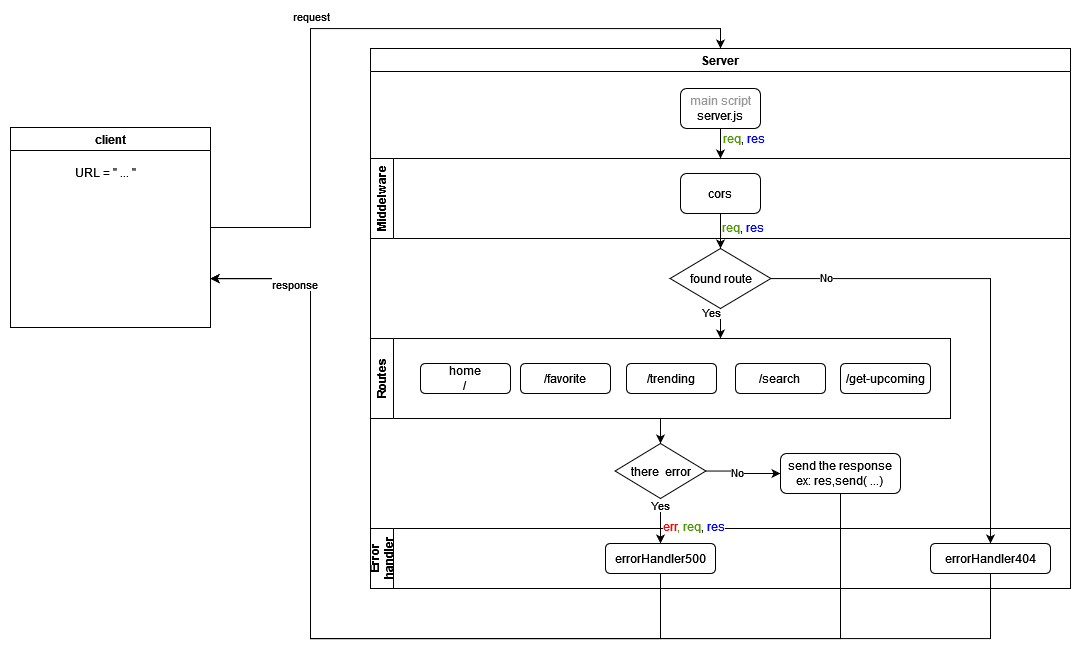
Before: assets/wrrc-2.png, a diagram exported from draw.io (emammounqer/Movies-Library). Source tidied: cells renumbered, new cells last; positions are measured from the earlier drawing's top-left corner, leaving out a move shared by most shapes. Source of this version:
```xml
<mxGraphModel>
  <root>
    <mxCell id="0" />
    <mxCell id="1" parent="0" />
    <mxCell id="2" value="Server" style="swimlane;whiteSpace=wrap;html=1;startSize=23;" parent="1" vertex="1">
      <mxGeometry x="360" y="20" width="700" height="540" as="geometry" />
    </mxCell>
    <mxCell id="3" style="edgeStyle=orthogonalEdgeStyle;rounded=0;jettySize=auto;html=1;entryX=0.5;entryY=0;entryDx=0;entryDy=0;fontColor=#000000;" parent="2" edge="1" source="4" target="12">
      <mxGeometry relative="1" as="geometry" />
    </mxCell>
    <mxCell id="4" value="&lt;div&gt;&lt;font color=&quot;#999999&quot;&gt;main script&lt;/font&gt;&lt;/div&gt;&lt;div&gt;server.js&lt;br&gt;&lt;/div&gt;" style="rounded=1;whiteSpace=wrap;html=1;" parent="2" vertex="1">
      <mxGeometry x="310" y="40" width="80" height="40" as="geometry" />
    </mxCell>
    <mxCell id="5" style="edgeStyle=orthogonalEdgeStyle;rounded=0;jettySize=auto;html=1;fontColor=#000000;" parent="2" edge="1" source="6" target="24">
      <mxGeometry relative="1" as="geometry" />
    </mxCell>
    <mxCell id="6" value="&lt;div&gt;Routes&lt;/div&gt;" style="swimlane;horizontal=0;whiteSpace=wrap;html=1;fontColor=#000000;" parent="2" vertex="1">
      <mxGeometry y="290" width="580" height="80" as="geometry" />
    </mxCell>
    <mxCell id="7" value="&lt;div&gt;home&lt;/div&gt;&lt;div&gt;/&lt;br&gt;&lt;/div&gt;" style="rounded=1;whiteSpace=wrap;html=1;fontColor=#000000;" parent="6" vertex="1">
      <mxGeometry x="50" y="25" width="90" height="30" as="geometry" />
    </mxCell>
    <mxCell id="8" value="&lt;div&gt;/favorite&lt;br&gt;&lt;/div&gt;" style="rounded=1;whiteSpace=wrap;html=1;fontColor=#000000;" parent="6" vertex="1">
      <mxGeometry x="150" y="25" width="90" height="30" as="geometry" />
    </mxCell>
    <mxCell id="9" value="/trending" style="rounded=1;whiteSpace=wrap;html=1;fontColor=#000000;" parent="6" vertex="1">
      <mxGeometry x="256" y="25" width="90" height="30" as="geometry" />
    </mxCell>
    <mxCell id="10" value="&lt;div&gt;/search&lt;br&gt;&lt;/div&gt;" style="rounded=1;whiteSpace=wrap;html=1;fontColor=#000000;" parent="6" vertex="1">
      <mxGeometry x="365" y="25" width="90" height="30" as="geometry" />
    </mxCell>
    <mxCell id="11" value="/get-upcoming" style="rounded=1;whiteSpace=wrap;html=1;fontColor=#000000;" parent="6" vertex="1">
      <mxGeometry x="470" y="25" width="90" height="30" as="geometry" />
    </mxCell>
    <mxCell id="12" value="&lt;div&gt;Middelware&lt;/div&gt;" style="swimlane;horizontal=0;whiteSpace=wrap;html=1;fontColor=#000000;" parent="2" vertex="1">
      <mxGeometry y="110" width="700" height="80" as="geometry" />
    </mxCell>
    <mxCell id="13" value="&lt;font color=&quot;#000000&quot;&gt;cors&lt;/font&gt;" style="rounded=1;whiteSpace=wrap;html=1;fontColor=#999999;" parent="12" vertex="1">
      <mxGeometry x="310" y="15" width="80" height="40" as="geometry" />
    </mxCell>
    <mxCell id="14" value="&lt;div&gt;Error handler&lt;/div&gt;" style="swimlane;horizontal=0;whiteSpace=wrap;html=1;fontColor=#000000;" parent="2" vertex="1">
      <mxGeometry y="480" width="700" height="60" as="geometry" />
    </mxCell>
    <mxCell id="15" value="errorHandler500" style="rounded=1;whiteSpace=wrap;html=1;fontColor=#000000;" parent="14" vertex="1">
      <mxGeometry x="235" y="15" width="110" height="30" as="geometry" />
    </mxCell>
    <mxCell id="16" value="errorHandler404" style="rounded=1;whiteSpace=wrap;html=1;fontColor=#000000;" parent="14" vertex="1">
      <mxGeometry x="560" y="15" width="120" height="30" as="geometry" />
    </mxCell>
    <mxCell id="17" style="edgeStyle=orthogonalEdgeStyle;rounded=0;jettySize=auto;html=1;fontColor=#000000;startArrow=none;" parent="2" edge="1" source="21">
      <mxGeometry relative="1" as="geometry">
        <mxPoint x="350" y="290" as="targetPoint" />
      </mxGeometry>
    </mxCell>
    <mxCell id="18" value="&lt;div&gt;Yes&lt;/div&gt;" style="edgeLabel;html=1;align=center;verticalAlign=middle;fontColor=#000000;" parent="17" vertex="1">
      <mxGeometry x="-0.17" relative="1" as="geometry">
        <mxPoint x="-10" y="-9" as="offset" />
      </mxGeometry>
    </mxCell>
    <mxCell id="19" style="edgeStyle=orthogonalEdgeStyle;rounded=0;jettySize=auto;html=1;fontColor=#000000;entryX=0.5;entryY=0;entryDx=0;entryDy=0;" parent="2" edge="1" source="21" target="16">
      <mxGeometry relative="1" as="geometry" />
    </mxCell>
    <mxCell id="20" value="No" style="edgeLabel;html=1;align=center;verticalAlign=middle;fontColor=#000000;" parent="19" vertex="1">
      <mxGeometry x="-0.78" y="2" relative="1" as="geometry">
        <mxPoint x="1" as="offset" />
      </mxGeometry>
    </mxCell>
    <mxCell id="21" value="found route" style="rhombus;whiteSpace=wrap;html=1;fontColor=#000000;" parent="2" vertex="1">
      <mxGeometry x="299.6" y="200" width="100.8" height="60" as="geometry" />
    </mxCell>
    <mxCell id="22" style="edgeStyle=orthogonalEdgeStyle;rounded=0;jettySize=auto;html=1;fontColor=#000000;" parent="2" edge="1" source="24" target="27">
      <mxGeometry relative="1" as="geometry" />
    </mxCell>
    <mxCell id="23" value="No" style="edgeLabel;html=1;align=center;verticalAlign=middle;fontColor=#000000;" parent="22" vertex="1">
      <mxGeometry x="-0.2" y="-1" relative="1" as="geometry" />
    </mxCell>
    <mxCell id="24" value="there&amp;nbsp; error" style="rhombus;whiteSpace=wrap;html=1;fontColor=#000000;" parent="2" vertex="1">
      <mxGeometry x="244.6" y="395" width="90.8" height="55" as="geometry" />
    </mxCell>
    <mxCell id="25" style="edgeStyle=orthogonalEdgeStyle;rounded=0;jettySize=auto;html=1;fontColor=#000000;" parent="2" edge="1" source="24" target="15">
      <mxGeometry relative="1" as="geometry" />
    </mxCell>
    <mxCell id="26" value="Yes" style="edgeLabel;html=1;align=center;verticalAlign=middle;fontColor=#000000;" parent="25" vertex="1">
      <mxGeometry x="-0.73" y="-1" relative="1" as="geometry" />
    </mxCell>
    <mxCell id="27" value="send the response&lt;br&gt;ex: res,send( ...)" style="rounded=1;whiteSpace=wrap;html=1;fontColor=#000000;" parent="2" vertex="1">
      <mxGeometry x="410" y="405" width="120" height="40" as="geometry" />
    </mxCell>
    <mxCell id="28" style="edgeStyle=orthogonalEdgeStyle;rounded=0;jettySize=auto;html=1;entryX=0.5;entryY=0;entryDx=0;entryDy=0;fontColor=#000000;" parent="2" edge="1" source="13" target="21">
      <mxGeometry relative="1" as="geometry" />
    </mxCell>
    <mxCell id="29" value="&lt;font style=&quot;background-color: rgb(255, 255, 255);&quot; color=&quot;#4D9900&quot;&gt;req&lt;/font&gt;&lt;span style=&quot;background-color: rgb(255, 255, 255);&quot;&gt;, &lt;font color=&quot;#0000FF&quot;&gt;res&lt;/font&gt;&lt;/span&gt;" style="text;html=1;strokeColor=none;fillColor=none;align=center;verticalAlign=middle;whiteSpace=wrap;rounded=0;fontColor=#000000;" parent="2" vertex="1">
      <mxGeometry x="344" y="85" width="60" height="10" as="geometry" />
    </mxCell>
    <mxCell id="30" style="edgeStyle=orthogonalEdgeStyle;rounded=0;jettySize=auto;html=1;entryX=0.5;entryY=0;entryDx=0;entryDy=0;fontColor=#000000;" parent="1" edge="1" source="32" target="2">
      <mxGeometry relative="1" as="geometry">
        <Array as="points">
          <mxPoint x="300" y="199" />
          <mxPoint x="300" />
          <mxPoint x="710" />
        </Array>
      </mxGeometry>
    </mxCell>
    <mxCell id="31" value="request" style="edgeLabel;html=1;align=center;verticalAlign=middle;fontColor=#000000;" parent="30" vertex="1">
      <mxGeometry x="-0.2" y="-4" relative="1" as="geometry">
        <mxPoint x="-4" y="-19" as="offset" />
      </mxGeometry>
    </mxCell>
    <mxCell id="32" value="client" style="swimlane;whiteSpace=wrap;html=1;fontColor=#000000;" parent="1" vertex="1">
      <mxGeometry y="99" width="200" height="200" as="geometry" />
    </mxCell>
    <mxCell id="33" value="URL = &quot; ... &quot;" style="text;html=1;strokeColor=none;fillColor=none;align=center;verticalAlign=middle;whiteSpace=wrap;rounded=0;fontColor=#000000;" parent="32" vertex="1">
      <mxGeometry x="10" y="30" width="170" height="30" as="geometry" />
    </mxCell>
    <mxCell id="34" style="edgeStyle=orthogonalEdgeStyle;rounded=0;jettySize=auto;html=1;entryX=1;entryY=0.75;entryDx=0;entryDy=0;fontColor=#000000;" parent="1" edge="1" source="27" target="32">
      <mxGeometry relative="1" as="geometry">
        <Array as="points">
          <mxPoint x="830" y="610" />
          <mxPoint x="300" y="610" />
          <mxPoint x="300" y="250" />
          <mxPoint x="200" y="250" />
        </Array>
      </mxGeometry>
    </mxCell>
    <mxCell id="35" style="edgeStyle=orthogonalEdgeStyle;rounded=0;jettySize=auto;html=1;fontColor=#000000;entryX=1;entryY=0.75;entryDx=0;entryDy=0;" parent="1" edge="1" source="16" target="32">
      <mxGeometry relative="1" as="geometry">
        <Array as="points">
          <mxPoint x="980" y="610" />
          <mxPoint x="300" y="610" />
          <mxPoint x="300" y="250" />
        </Array>
      </mxGeometry>
    </mxCell>
    <mxCell id="36" style="edgeStyle=orthogonalEdgeStyle;rounded=0;jettySize=auto;html=1;fontColor=#000000;entryX=1;entryY=0.75;entryDx=0;entryDy=0;" parent="1" edge="1" source="15" target="32">
      <mxGeometry relative="1" as="geometry">
        <Array as="points">
          <mxPoint x="650" y="610" />
          <mxPoint x="300" y="610" />
          <mxPoint x="300" y="250" />
        </Array>
      </mxGeometry>
    </mxCell>
    <mxCell id="37" value="response" style="edgeLabel;html=1;align=center;verticalAlign=middle;fontColor=#000000;" parent="36" vertex="1">
      <mxGeometry x="0.81" y="5" relative="1" as="geometry" />
    </mxCell>
    <mxCell id="38" value="&lt;font style=&quot;background-color: rgb(255, 255, 255);&quot; color=&quot;#4D9900&quot;&gt;req&lt;/font&gt;&lt;span style=&quot;background-color: rgb(255, 255, 255);&quot;&gt;,&lt;font color=&quot;#0000FF&quot;&gt; res&lt;/font&gt;&lt;/span&gt;" style="text;html=1;strokeColor=none;fillColor=none;align=center;verticalAlign=middle;whiteSpace=wrap;rounded=0;fontColor=#000000;" parent="1" vertex="1">
      <mxGeometry x="703" y="194" width="60" height="10" as="geometry" />
    </mxCell>
    <mxCell id="39" value="&lt;font style=&quot;background-color: rgb(255, 255, 255);&quot; color=&quot;#4D9900&quot;&gt;&lt;font color=&quot;#FF0000&quot;&gt;err&lt;/font&gt;, req&lt;/font&gt;&lt;span style=&quot;background-color: rgb(255, 255, 255);&quot;&gt;, &lt;font color=&quot;#0000FF&quot;&gt;res&lt;/font&gt;&lt;/span&gt;" style="text;html=1;strokeColor=none;fillColor=none;align=center;verticalAlign=middle;whiteSpace=wrap;rounded=0;fontColor=#000000;" parent="1" vertex="1">
      <mxGeometry x="641" y="493" width="86" height="10" as="geometry" />
    </mxCell>
  </root>
</mxGraphModel>
```
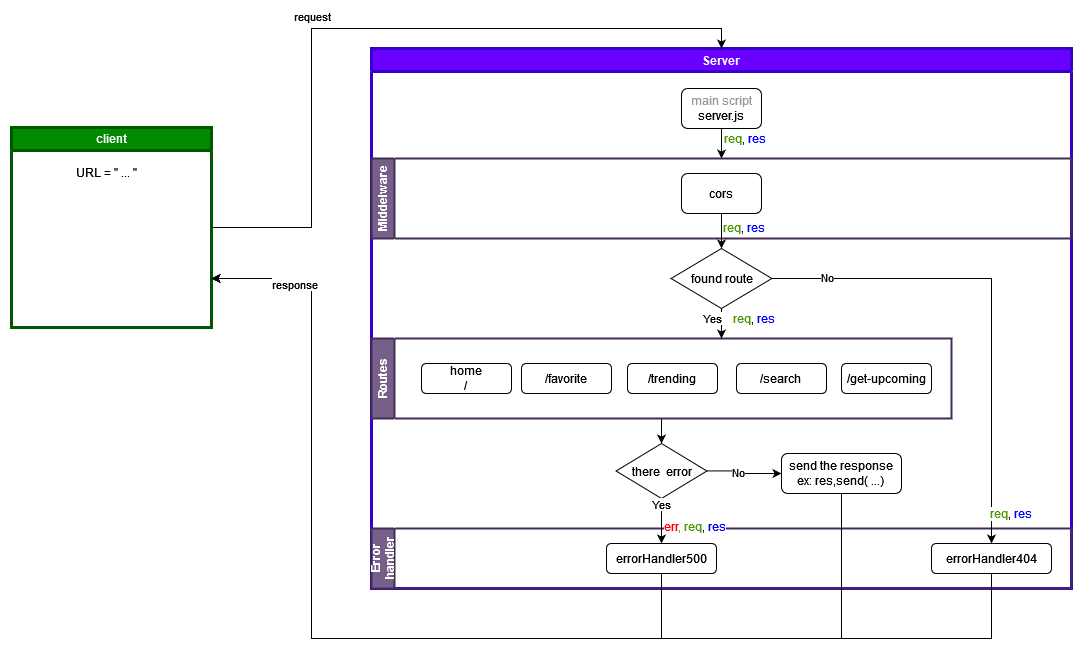
The same diagram one commit later.

Commit message:
change the wrrc img

Diff of the diagram source:
```diff
@@ -2,7 +2,7 @@
   <root>
     <mxCell id="0" />
     <mxCell id="1" parent="0" />
-    <mxCell id="2" value="Server" style="swimlane;whiteSpace=wrap;html=1;startSize=23;" parent="1" vertex="1">
+    <mxCell id="2" value="Server" style="swimlane;whiteSpace=wrap;html=1;startSize=23;fillColor=#6a00ff;strokeColor=#3700CC;fontColor=#ffffff;strokeWidth=3;" parent="1" vertex="1">
       <mxGeometry x="360" y="20" width="700" height="540" as="geometry" />
     </mxCell>
     <mxCell id="3" style="edgeStyle=orthogonalEdgeStyle;rounded=0;jettySize=auto;html=1;entryX=0.5;entryY=0;entryDx=0;entryDy=0;fontColor=#000000;" parent="2" edge="1" source="4" target="12">
@@ -14,7 +14,7 @@
     <mxCell id="5" style="edgeStyle=orthogonalEdgeStyle;rounded=0;jettySize=auto;html=1;fontColor=#000000;" parent="2" edge="1" source="6" target="24">
       <mxGeometry relative="1" as="geometry" />
     </mxCell>
-    <mxCell id="6" value="&lt;div&gt;Routes&lt;/div&gt;" style="swimlane;horizontal=0;whiteSpace=wrap;html=1;fontColor=#000000;" parent="2" vertex="1">
+    <mxCell id="6" value="&lt;div&gt;Routes&lt;/div&gt;" style="swimlane;horizontal=0;whiteSpace=wrap;html=1;fontColor=#ffffff;fillColor=#76608a;strokeColor=#432D57;strokeWidth=2;" parent="2" vertex="1">
       <mxGeometry y="290" width="580" height="80" as="geometry" />
     </mxCell>
     <mxCell id="7" value="&lt;div&gt;home&lt;/div&gt;&lt;div&gt;/&lt;br&gt;&lt;/div&gt;" style="rounded=1;whiteSpace=wrap;html=1;fontColor=#000000;" parent="6" vertex="1">
@@ -32,13 +32,13 @@
     <mxCell id="11" value="/get-upcoming" style="rounded=1;whiteSpace=wrap;html=1;fontColor=#000000;" parent="6" vertex="1">
       <mxGeometry x="470" y="25" width="90" height="30" as="geometry" />
     </mxCell>
-    <mxCell id="12" value="&lt;div&gt;Middelware&lt;/div&gt;" style="swimlane;horizontal=0;whiteSpace=wrap;html=1;fontColor=#000000;" parent="2" vertex="1">
+    <mxCell id="12" value="&lt;div&gt;Middelware&lt;/div&gt;" style="swimlane;horizontal=0;whiteSpace=wrap;html=1;fontColor=#ffffff;fillColor=#76608a;strokeColor=#432D57;strokeWidth=2;" parent="2" vertex="1">
       <mxGeometry y="110" width="700" height="80" as="geometry" />
     </mxCell>
     <mxCell id="13" value="&lt;font color=&quot;#000000&quot;&gt;cors&lt;/font&gt;" style="rounded=1;whiteSpace=wrap;html=1;fontColor=#999999;" parent="12" vertex="1">
       <mxGeometry x="310" y="15" width="80" height="40" as="geometry" />
     </mxCell>
-    <mxCell id="14" value="&lt;div&gt;Error handler&lt;/div&gt;" style="swimlane;horizontal=0;whiteSpace=wrap;html=1;fontColor=#000000;" parent="2" vertex="1">
+    <mxCell id="14" value="&lt;div&gt;Error handler&lt;/div&gt;" style="swimlane;horizontal=0;whiteSpace=wrap;html=1;fontColor=#ffffff;fillColor=#76608a;strokeColor=#432D57;strokeWidth=2;" parent="2" vertex="1">
       <mxGeometry y="480" width="700" height="60" as="geometry" />
     </mxCell>
     <mxCell id="15" value="errorHandler500" style="rounded=1;whiteSpace=wrap;html=1;fontColor=#000000;" parent="14" vertex="1">
@@ -92,6 +92,12 @@
     <mxCell id="29" value="&lt;font style=&quot;background-color: rgb(255, 255, 255);&quot; color=&quot;#4D9900&quot;&gt;req&lt;/font&gt;&lt;span style=&quot;background-color: rgb(255, 255, 255);&quot;&gt;, &lt;font color=&quot;#0000FF&quot;&gt;res&lt;/font&gt;&lt;/span&gt;" style="text;html=1;strokeColor=none;fillColor=none;align=center;verticalAlign=middle;whiteSpace=wrap;rounded=0;fontColor=#000000;" parent="2" vertex="1">
       <mxGeometry x="344" y="85" width="60" height="10" as="geometry" />
     </mxCell>
+    <mxCell id="40" value="&lt;font style=&quot;background-color: rgb(255, 255, 255);&quot; color=&quot;#4D9900&quot;&gt;req&lt;/font&gt;&lt;span style=&quot;background-color: rgb(255, 255, 255);&quot;&gt;,&lt;font color=&quot;#0000FF&quot;&gt; res&lt;/font&gt;&lt;/span&gt;" style="text;html=1;strokeColor=none;fillColor=none;align=center;verticalAlign=middle;whiteSpace=wrap;rounded=0;fontColor=#000000;" parent="2" vertex="1">
+      <mxGeometry x="353" y="265" width="60" height="10" as="geometry" />
+    </mxCell>
+    <mxCell id="41" value="&lt;font style=&quot;background-color: rgb(255, 255, 255);&quot; color=&quot;#4D9900&quot;&gt;req&lt;/font&gt;&lt;span style=&quot;background-color: rgb(255, 255, 255);&quot;&gt;,&lt;font color=&quot;#0000FF&quot;&gt; res&lt;/font&gt;&lt;/span&gt;" style="text;html=1;strokeColor=none;fillColor=none;align=center;verticalAlign=middle;whiteSpace=wrap;rounded=0;fontColor=#000000;" parent="2" vertex="1">
+      <mxGeometry x="610" y="460" width="60" height="10" as="geometry" />
+    </mxCell>
     <mxCell id="30" style="edgeStyle=orthogonalEdgeStyle;rounded=0;jettySize=auto;html=1;entryX=0.5;entryY=0;entryDx=0;entryDy=0;fontColor=#000000;" parent="1" edge="1" source="32" target="2">
       <mxGeometry relative="1" as="geometry">
         <Array as="points">
@@ -106,7 +112,7 @@
         <mxPoint x="-4" y="-19" as="offset" />
       </mxGeometry>
     </mxCell>
-    <mxCell id="32" value="client" style="swimlane;whiteSpace=wrap;html=1;fontColor=#000000;" parent="1" vertex="1">
+    <mxCell id="32" value="client" style="swimlane;whiteSpace=wrap;html=1;fontColor=#ffffff;fillColor=#008a00;strokeColor=#005700;strokeWidth=3;" parent="1" vertex="1">
       <mxGeometry y="99" width="200" height="200" as="geometry" />
     </mxCell>
     <mxCell id="33" value="URL = &quot; ... &quot;" style="text;html=1;strokeColor=none;fillColor=none;align=center;verticalAlign=middle;whiteSpace=wrap;rounded=0;fontColor=#000000;" parent="32" vertex="1">
```
